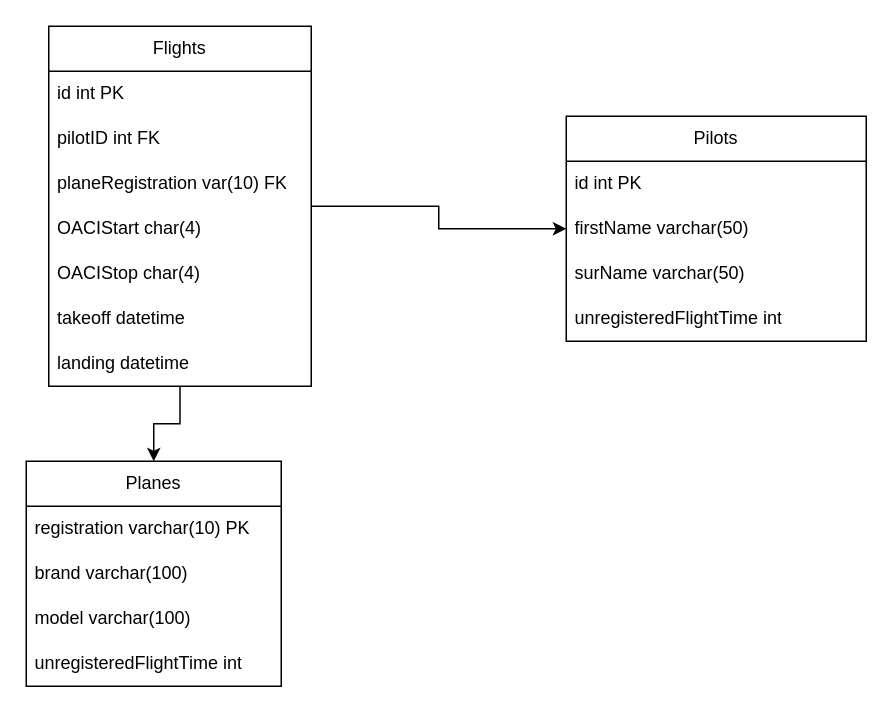
julieginest/APIGestionVols keeps this draw.io diagram as TP API Giorgio.drawio. Above is the earlier version. Source tidied: cells renumbered, new cells numbered last; positions are measured from the earlier drawing's top-left corner, leaving out a move shared by most shapes. Both pictures are drawn from the tidied source at 150%, with x=0, y=0 at pixel (26, 26).
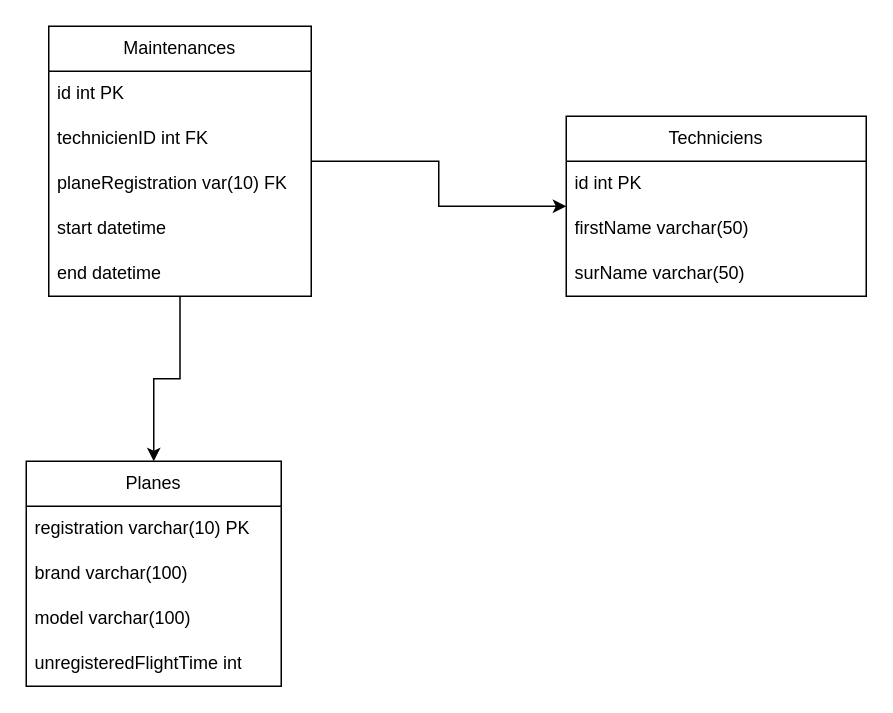
Above is the later version.

Commit message (it also covers changes not shown here):
Same modifications for .drawio

The edit, as a diff of the source:
```diff
@@
-    <mxCell id="4" value="Flights" style="swimlane;fontStyle=0;horizontal=1;startSize=30;whiteSpace=wrap;html=1;" parent="1" vertex="1">
-      <mxGeometry x="15" width="175" height="240" as="geometry" />
+    <mxCell id="4" value="Maintenances" style="swimlane;fontStyle=0;horizontal=1;startSize=30;whiteSpace=wrap;html=1;" parent="1" vertex="1">
+      <mxGeometry x="15" width="175" height="180" as="geometry" />
     </mxCell>
@@
-    <mxCell id="6" value="pilotID int FK" style="text;strokeColor=none;fillColor=none;align=left;verticalAlign=middle;spacingLeft=4;spacingRight=4;overflow=hidden;whiteSpace=wrap;html=1;" parent="4" vertex="1">
+    <mxCell id="6" value="technicienID int FK" style="text;strokeColor=none;fillColor=none;align=left;verticalAlign=middle;spacingLeft=4;spacingRight=4;overflow=hidden;whiteSpace=wrap;html=1;" parent="4" vertex="1">
       <mxGeometry y="60" width="175" height="30" as="geometry" />
     </mxCell>
@@
-    <mxCell id="8" value="OACIStart char(4)" style="text;strokeColor=none;fillColor=none;align=left;verticalAlign=middle;spacingLeft=4;spacingRight=4;overflow=hidden;whiteSpace=wrap;html=1;" parent="4" vertex="1">
+    <mxCell id="8" value="start datetime" style="text;strokeColor=none;fillColor=none;align=left;verticalAlign=middle;spacingLeft=4;spacingRight=4;overflow=hidden;whiteSpace=wrap;html=1;" parent="4" vertex="1">
       <mxGeometry y="120" width="175" height="30" as="geometry" />
     </mxCell>
-    <mxCell id="9" value="OACIStop char(4)" style="text;strokeColor=none;fillColor=none;align=left;verticalAlign=middle;spacingLeft=4;spacingRight=4;overflow=hidden;whiteSpace=wrap;html=1;" parent="4" vertex="1">
+    <mxCell id="9" value="end datetime" style="text;strokeColor=none;fillColor=none;align=left;verticalAlign=middle;spacingLeft=4;spacingRight=4;overflow=hidden;whiteSpace=wrap;html=1;" parent="4" vertex="1">
       <mxGeometry y="150" width="175" height="30" as="geometry" />
     </mxCell>
-    <mxCell id="10" value="takeoff datetime" style="text;strokeColor=none;fillColor=none;align=left;verticalAlign=middle;spacingLeft=4;spacingRight=4;overflow=hidden;whiteSpace=wrap;html=1;" parent="4" vertex="1">
-      <mxGeometry y="180" width="175" height="30" as="geometry" />
-    </mxCell>
-    <mxCell id="11" value="landing datetime" style="text;strokeColor=none;fillColor=none;align=left;verticalAlign=middle;spacingLeft=4;spacingRight=4;overflow=hidden;whiteSpace=wrap;html=1;" parent="4" vertex="1">
-      <mxGeometry y="210" width="175" height="30" as="geometry" />
-    </mxCell>
@@
-    <mxCell id="17" value="Pilots" style="swimlane;fontStyle=0;horizontal=1;startSize=30;whiteSpace=wrap;html=1;" parent="1" vertex="1">
-      <mxGeometry x="360" y="60" width="200" height="150" as="geometry" />
+    <mxCell id="17" value="Techniciens" style="swimlane;fontStyle=0;horizontal=1;startSize=30;whiteSpace=wrap;html=1;" parent="1" vertex="1">
+      <mxGeometry x="360" y="60" width="200" height="120" as="geometry" />
     </mxCell>
@@
-    <mxCell id="21" value="unregisteredFlightTime int" style="text;strokeColor=none;fillColor=none;align=left;verticalAlign=middle;spacingLeft=4;spacingRight=4;overflow=hidden;whiteSpace=wrap;html=1;" parent="17" vertex="1">
-      <mxGeometry y="120" width="200" height="30" as="geometry" />
-    </mxCell>
```
